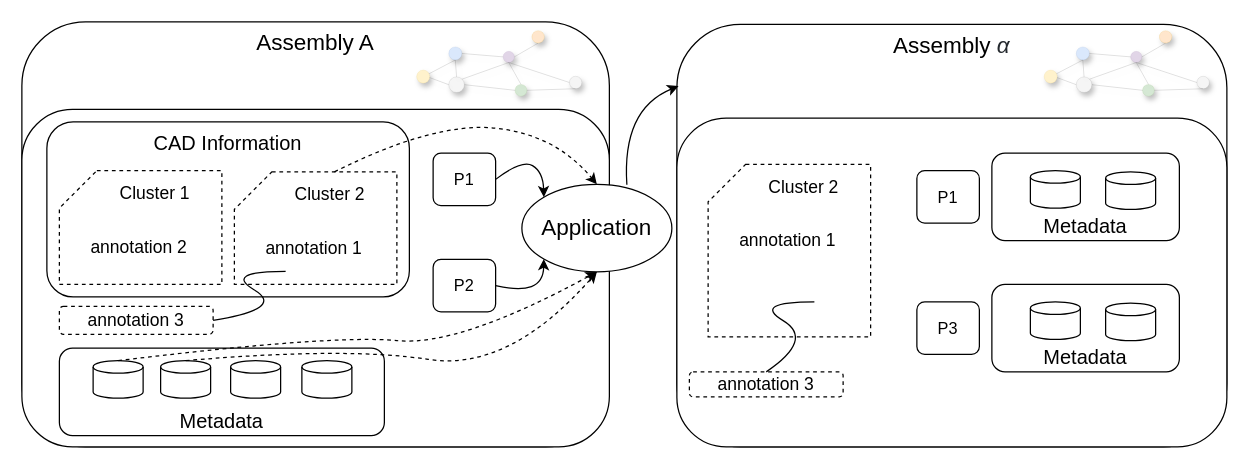
Earlier version of the draw.io diagram BOM/DR-Recompose.drawio (littlelittlemoon/DiagramsRepository). Source tidied: cells renumbered, new cells numbered last; positions are measured from the earlier drawing's top-left corner, leaving out a move shared by most shapes. Both pictures are drawn from the tidied source at 125%, with x=0, y=0 at pixel (21, 21).
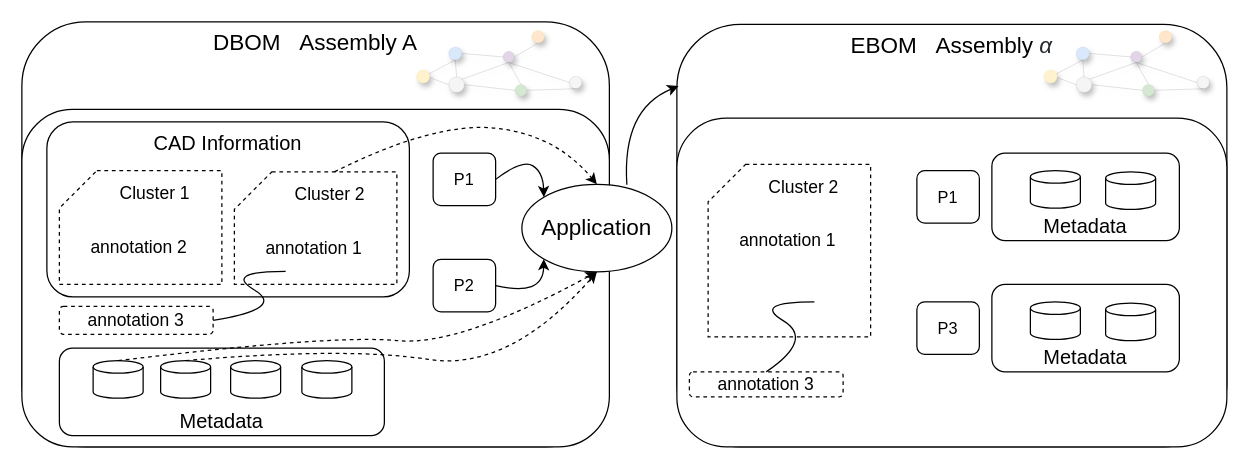
Above is the later version.

What changed in the source:
```diff
@@
-    <mxCell id="2" value="Assembly A" style="rounded=1;whiteSpace=wrap;html=1;fontSize=18;verticalAlign=top;" parent="1" vertex="1">
+    <mxCell id="2" value="DBOM&amp;nbsp; &amp;nbsp;Assembly A" style="rounded=1;whiteSpace=wrap;html=1;fontSize=18;verticalAlign=top;" parent="1" vertex="1">
       <mxGeometry width="470" height="340" as="geometry" />
     </mxCell>
@@
-    <mxCell id="14" value="&lt;font style=&quot;font-size: 18px&quot;&gt;Assembly&amp;nbsp;&lt;span style=&quot;color: rgb(36 , 41 , 46) ; font-family: &amp;#34;katex_math&amp;#34; ; font-style: italic ; text-align: left&quot;&gt;α&lt;/span&gt;&lt;/font&gt;" style="rounded=1;whiteSpace=wrap;html=1;fontSize=18;verticalAlign=top;" parent="1" vertex="1">
+    <mxCell id="14" value="&lt;font style=&quot;font-size: 18px&quot;&gt;EBOM&amp;nbsp; &amp;nbsp;Assembly&amp;nbsp;&lt;span style=&quot;color: rgb(36 , 41 , 46) ; font-family: &amp;#34;katex_math&amp;#34; ; font-style: italic ; text-align: left&quot;&gt;α&lt;/span&gt;&lt;/font&gt;" style="rounded=1;whiteSpace=wrap;html=1;fontSize=18;verticalAlign=top;" parent="1" vertex="1">
       <mxGeometry x="524" y="2" width="440" height="338" as="geometry" />
     </mxCell>
```
